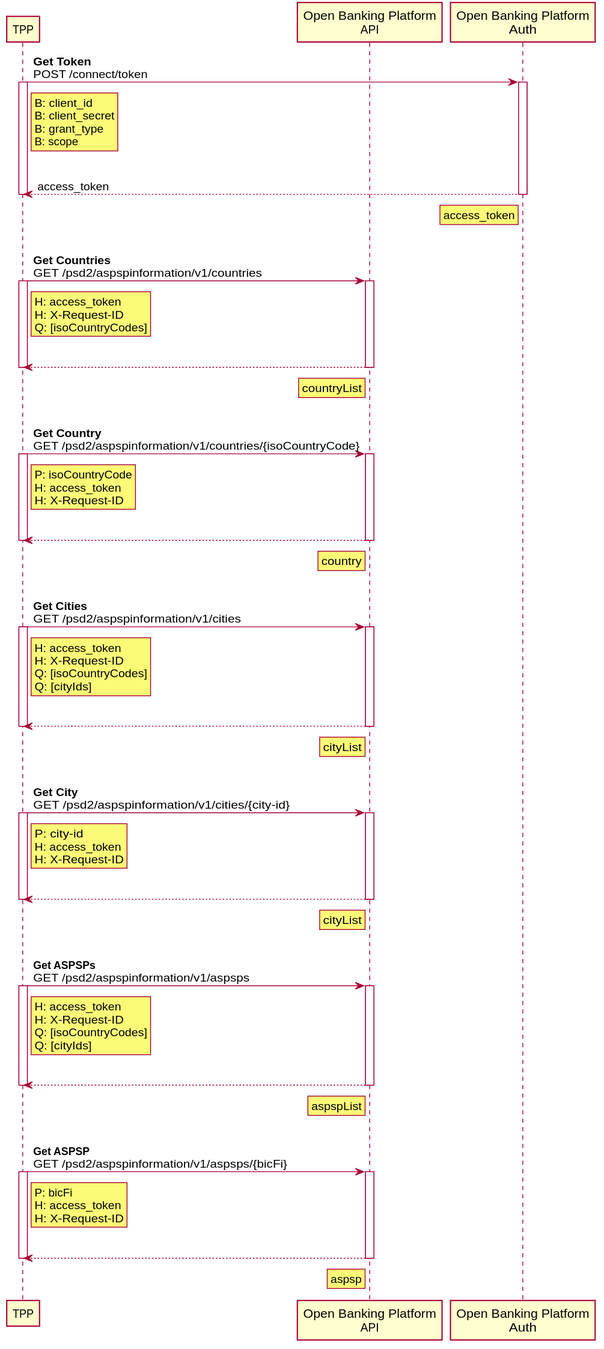
Above: website/static/img/aspsp.svg in openpaymentseurope/docs (PlantUML), before the change. The source it was exported from:
```plantuml
@startuml

skinparam shadowing false


participant "TPP" as tpp
participant "Open Banking Platform\nAPI" as obpapi
participant "Open Banking Platform\nAuth" as obpauth

tpp -> obpauth: **Get Token**\nPOST /connect/token
activate tpp
rnote right of tpp
B: client_id
B: client_secret
B: grant_type
B: scope
endrnote
activate obpauth
|||
obpauth --> tpp: access_token
deactivate obpauth
deactivate tpp
rnote left of obpauth
access_token
endrnote

|||

tpp -> obpapi: **Get Countries**\nGET /psd2/aspspinformation/v1/countries
activate tpp
rnote right of tpp
H: access_token
H: X-Request-ID
Q: [isoCountryCodes]
endrnote
activate obpapi
|||
obpapi --> tpp:
deactivate obpapi
deactivate tpp
rnote left of obpapi
countryList
endrnote

|||

tpp -> obpapi: **Get Country**\nGET /psd2/aspspinformation/v1/countries/{isoCountryCode}
activate tpp
rnote right of tpp
P: isoCountryCode
H: access_token
H: X-Request-ID
endrnote
activate obpapi
|||
obpapi --> tpp:
deactivate obpapi
deactivate tpp
rnote left of obpapi
country
endrnote

|||

tpp -> obpapi: **Get Cities**\nGET /psd2/aspspinformation/v1/cities
activate tpp
rnote right of tpp
H: access_token
H: X-Request-ID
Q: [isoCountryCodes]
Q: [cityIds]
endrnote
activate obpapi
|||
obpapi --> tpp:
deactivate obpapi
deactivate tpp
rnote left of obpapi
cityList
endrnote

|||

tpp -> obpapi: **Get City**\nGET /psd2/aspspinformation/v1/cities/{city-id}
activate tpp
rnote right of tpp
P: city-id
H: access_token
H: X-Request-ID
endrnote
activate obpapi
|||
obpapi --> tpp:
deactivate obpapi
deactivate tpp
rnote left of obpapi
cityList
endrnote

|||

tpp -> obpapi: **Get ASPSPs**\nGET /psd2/aspspinformation/v1/aspsps
activate tpp
rnote right of tpp
H: access_token
H: X-Request-ID
Q: [isoCountryCodes]
Q: [cityIds]
endrnote
activate obpapi
|||
obpapi --> tpp:
deactivate obpapi
deactivate tpp
rnote left of obpapi
aspspList
endrnote

|||

tpp -> obpapi: **Get ASPSP**\nGET /psd2/aspspinformation/v1/aspsps/{bicFi}
activate tpp
rnote right of tpp
P: bicFi
H: access_token
H: X-Request-ID
endrnote
activate obpapi
|||
obpapi --> tpp:
deactivate obpapi
deactivate tpp
rnote left of obpapi
aspsp
endrnote

@enduml
```
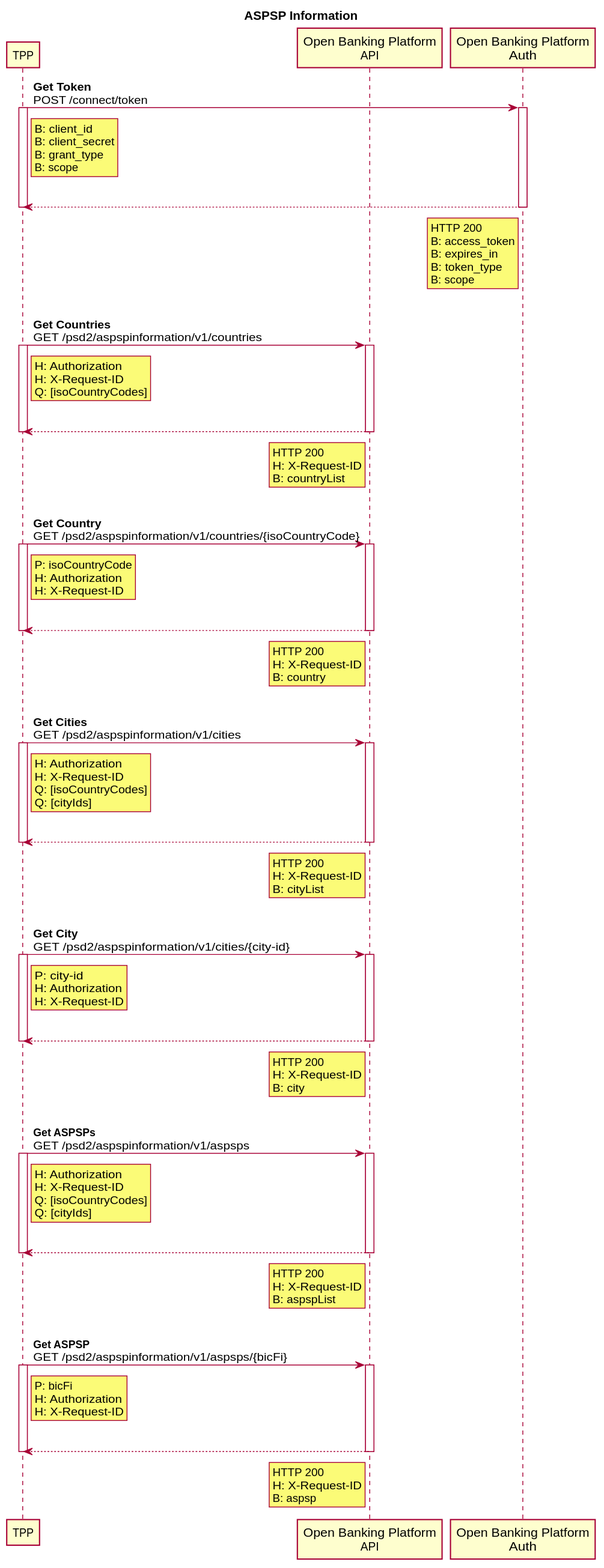
Above is the later version.

What changed in the source:
```diff
@@ -2,6 +2,7 @@
 
 skinparam shadowing false
 
+title ASPSP Information
 
 participant "TPP" as tpp
 participant "Open Banking Platform\nAPI" as obpapi
@@ -17,11 +18,15 @@
 endrnote
 activate obpauth
 |||
-obpauth --> tpp: access_token
+obpauth --> tpp:
 deactivate obpauth
 deactivate tpp
 rnote left of obpauth
-access_token
+HTTP 200
+B: access_token
+B: expires_in
+B: token_type
+B: scope
 endrnote
 
 |||
@@ -29,7 +34,7 @@
 tpp -> obpapi: **Get Countries**\nGET /psd2/aspspinformation/v1/countries
 activate tpp
 rnote right of tpp
-H: access_token
+H: Authorization
 H: X-Request-ID
 Q: [isoCountryCodes]
 endrnote
@@ -39,7 +44,9 @@
 deactivate obpapi
 deactivate tpp
 rnote left of obpapi
-countryList
+HTTP 200
+H: X-Request-ID
+B: countryList
 endrnote
 
 |||
@@ -48,7 +55,7 @@
 activate tpp
 rnote right of tpp
 P: isoCountryCode
-H: access_token
+H: Authorization
 H: X-Request-ID
 endrnote
 activate obpapi
@@ -57,7 +64,9 @@
 deactivate obpapi
 deactivate tpp
 rnote left of obpapi
-country
+HTTP 200
+H: X-Request-ID
+B: country
 endrnote
 
 |||
@@ -65,7 +74,7 @@
 tpp -> obpapi: **Get Cities**\nGET /psd2/aspspinformation/v1/cities
 activate tpp
 rnote right of tpp
-H: access_token
+H: Authorization
 H: X-Request-ID
 Q: [isoCountryCodes]
 Q: [cityIds]
@@ -76,7 +85,9 @@
 deactivate obpapi
 deactivate tpp
 rnote left of obpapi
-cityList
+HTTP 200
+H: X-Request-ID
+B: cityList
 endrnote
 
 |||
@@ -85,7 +96,7 @@
 activate tpp
 rnote right of tpp
 P: city-id
-H: access_token
+H: Authorization
 H: X-Request-ID
 endrnote
 activate obpapi
@@ -94,7 +105,9 @@
 deactivate obpapi
 deactivate tpp
 rnote left of obpapi
-cityList
+HTTP 200
+H: X-Request-ID
+B: city
 endrnote
 
 |||
@@ -102,7 +115,7 @@
 tpp -> obpapi: **Get ASPSPs**\nGET /psd2/aspspinformation/v1/aspsps
 activate tpp
 rnote right of tpp
-H: access_token
+H: Authorization
 H: X-Request-ID
 Q: [isoCountryCodes]
 Q: [cityIds]
@@ -113,7 +126,9 @@
 deactivate obpapi
 deactivate tpp
 rnote left of obpapi
-aspspList
+HTTP 200
+H: X-Request-ID
+B: aspspList
 endrnote
 
 |||
@@ -122,7 +137,7 @@
 activate tpp
 rnote right of tpp
 P: bicFi
-H: access_token
+H: Authorization
 H: X-Request-ID
 endrnote
 activate obpapi
@@ -131,7 +146,9 @@
 deactivate obpapi
 deactivate tpp
 rnote left of obpapi
-aspsp
+HTTP 200
+H: X-Request-ID
+B: aspsp
 endrnote
 
 @enduml
```
